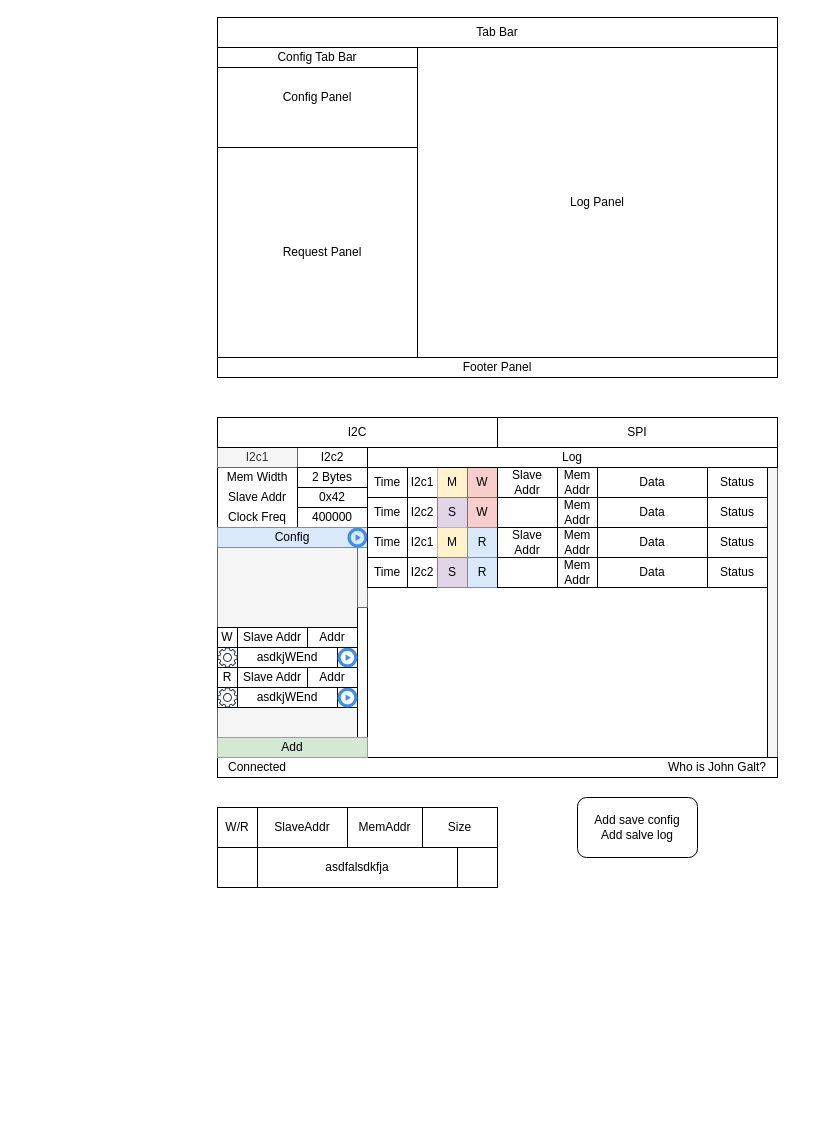
Earlier version of the draw.io diagram UImock.drawio (AlmCoding/expander-ui). Source tidied: cells renumbered, new cells numbered last; positions are measured from the earlier drawing's top-left corner, leaving out a move shared by most shapes. Both pictures are drawn from the tidied source at 100%, with x=0, y=0 at pixel (217, 17).
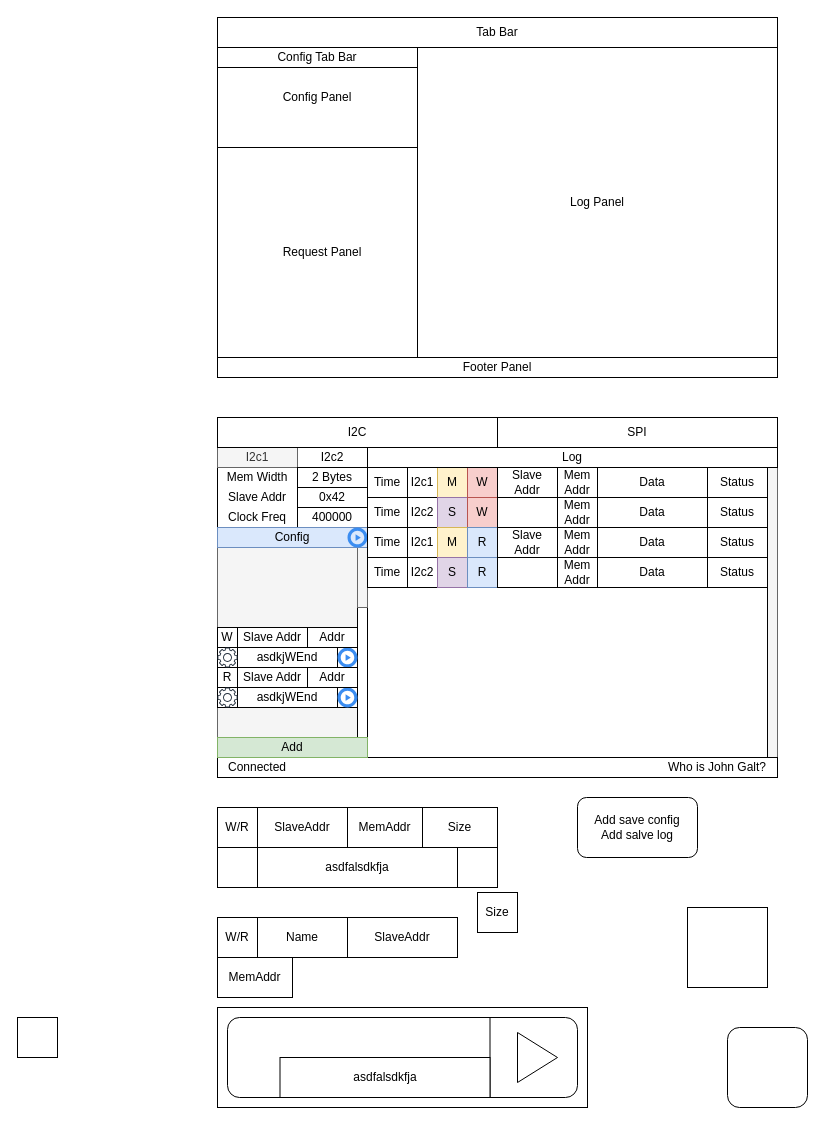
After the change.

What changed in the source:
```diff
@@
+    <mxCell id="86" style="rounded=0;whiteSpace=wrap;html=1;" parent="1" vertex="1">
+      <mxGeometry y="990" width="370" height="100" as="geometry" />
+    </mxCell>
@@
+    <mxCell id="87" value="SlaveAddr" style="rounded=0;whiteSpace=wrap;html=1;" parent="1" vertex="1">
+      <mxGeometry x="130" y="900" width="110" height="40" as="geometry" />
+    </mxCell>
+    <mxCell id="88" value="W/R" style="rounded=0;whiteSpace=wrap;html=1;" parent="1" vertex="1">
+      <mxGeometry y="900" width="40" height="40" as="geometry" />
+    </mxCell>
+    <mxCell id="89" value="MemAddr" style="rounded=0;whiteSpace=wrap;html=1;" parent="1" vertex="1">
+      <mxGeometry y="940" width="75" height="40" as="geometry" />
+    </mxCell>
+    <mxCell id="90" value="Size" style="rounded=0;whiteSpace=wrap;html=1;" parent="1" vertex="1">
+      <mxGeometry x="260" y="875" width="40" height="40" as="geometry" />
+    </mxCell>
+    <mxCell id="91" style="rounded=0;whiteSpace=wrap;html=1;" parent="1" vertex="1">
+      <mxGeometry x="470" y="890" width="80" height="80" as="geometry" />
+    </mxCell>
+    <mxCell id="92" style="rounded=0;whiteSpace=wrap;html=1;" parent="1" vertex="1">
+      <mxGeometry x="-200" y="1000" width="40" height="40" as="geometry" />
+    </mxCell>
+    <mxCell id="93" value="Name" style="rounded=0;whiteSpace=wrap;html=1;" parent="1" vertex="1">
+      <mxGeometry x="40" y="900" width="90" height="40" as="geometry" />
+    </mxCell>
+    <mxCell id="94" style="rounded=1;whiteSpace=wrap;html=1;" parent="1" vertex="1">
+      <mxGeometry x="10" y="1000" width="350" height="80" as="geometry" />
+    </mxCell>
+    <mxCell id="95" style="rounded=1;whiteSpace=wrap;html=1;" parent="1" vertex="1">
+      <mxGeometry x="510" y="1010" width="80" height="80" as="geometry" />
+    </mxCell>
+    <mxCell id="96" style="triangle;whiteSpace=wrap;html=1;" parent="1" vertex="1">
+      <mxGeometry x="300" y="1015" width="40" height="50" as="geometry" />
+    </mxCell>
+    <mxCell id="97" style="endArrow=none;html=1;rounded=0;exitX=0.75;exitY=1;exitDx=0;exitDy=0;entryX=0.75;entryY=0;entryDx=0;entryDy=0;" parent="1" edge="1" source="94" target="94">
+      <mxGeometry relative="1" as="geometry" />
+    </mxCell>
+    <mxCell id="98" value="asdfalsdkfja" style="rounded=0;whiteSpace=wrap;html=1;" parent="1" vertex="1">
+      <mxGeometry x="62.5" y="1040" width="210" height="40" as="geometry" />
+    </mxCell>
```
